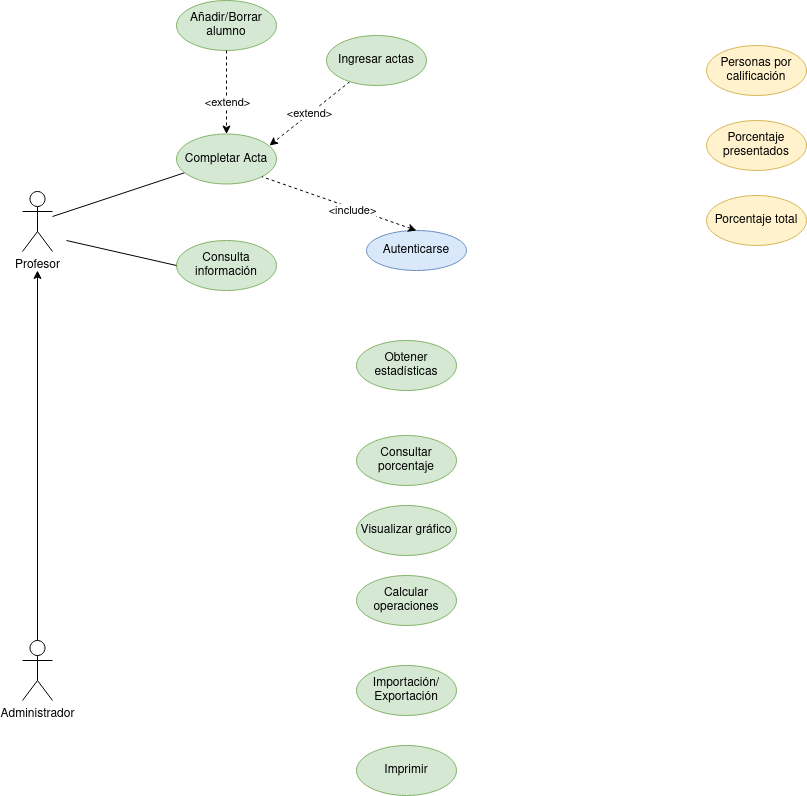
Before: Tareas/casosUso/Tarea6-Gestión Profesores/img/GestionProfesores.drawio.png, a diagram exported from draw.io (colidom/ets). Source tidied: cells renumbered, new cells last; positions are measured from the earlier drawing's top-left corner, leaving out a move shared by most shapes.
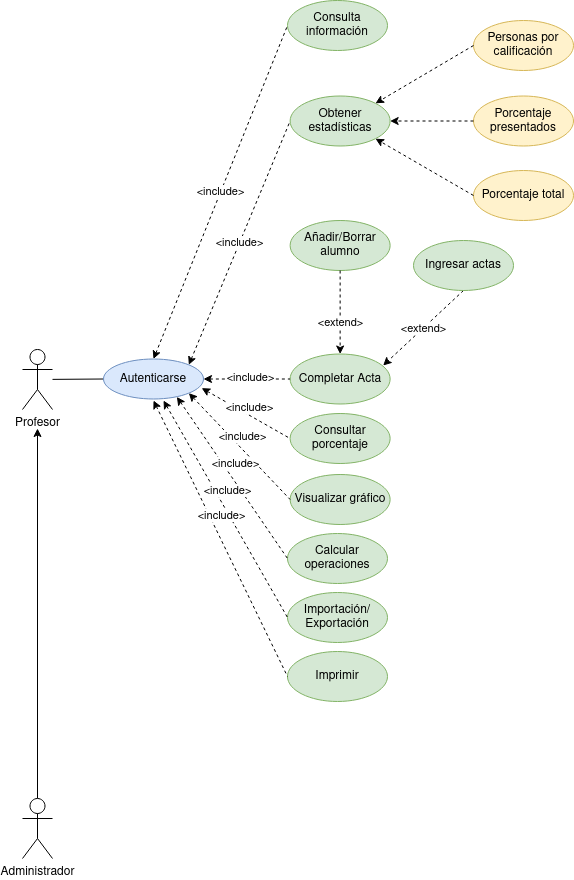
Above is the later version.

Change to the diagram source:
```diff
@@ -2,70 +2,72 @@
   <root>
     <mxCell id="0" />
     <mxCell id="1" parent="0" />
-    <mxCell id="2" style="edgeStyle=none;rounded=0;jettySize=auto;html=1;startArrow=none;startFill=0;endArrow=none;endFill=0;" parent="1" edge="1" source="3" target="6">
+    <mxCell id="2" style="edgeStyle=none;rounded=0;jettySize=auto;html=1;startArrow=none;startFill=0;endArrow=none;endFill=0;entryX=0;entryY=0.5;entryDx=0;entryDy=0;" parent="1" edge="1" source="3" target="10">
       <mxGeometry relative="1" as="geometry" />
     </mxCell>
     <mxCell id="3" value="Profesor" style="shape=umlActor;verticalLabelPosition=bottom;verticalAlign=top;html=1;outlineConnect=0;" parent="1" vertex="1">
-      <mxGeometry y="191" width="30" height="60" as="geometry" />
+      <mxGeometry x="-7" y="369" width="30" height="60" as="geometry" />
     </mxCell>
     <mxCell id="4" style="edgeStyle=orthogonalEdgeStyle;rounded=0;jettySize=auto;html=1;" parent="1" edge="1" source="5">
       <mxGeometry relative="1" as="geometry">
-        <mxPoint x="15" y="270" as="targetPoint" />
+        <mxPoint x="8" y="448" as="targetPoint" />
       </mxGeometry>
     </mxCell>
     <mxCell id="5" value="Administrador" style="shape=umlActor;verticalLabelPosition=bottom;verticalAlign=top;html=1;outlineConnect=0;" parent="1" vertex="1">
-      <mxGeometry y="640" width="30" height="60" as="geometry" />
+      <mxGeometry x="-7" y="818" width="30" height="60" as="geometry" />
     </mxCell>
     <mxCell id="6" value="Completar Acta" style="ellipse;whiteSpace=wrap;html=1;fillColor=#d5e8d4;strokeColor=#82b366;" parent="1" vertex="1">
-      <mxGeometry x="154" y="133.5" width="100" height="50" as="geometry" />
+      <mxGeometry x="260.6" y="373.5" width="100" height="50" as="geometry" />
     </mxCell>
     <mxCell id="7" value="Añadir/Borrar alumno" style="ellipse;whiteSpace=wrap;html=1;fillColor=#d5e8d4;strokeColor=#82b366;" parent="1" vertex="1">
-      <mxGeometry x="154" width="100" height="50" as="geometry" />
+      <mxGeometry x="260.6" y="240" width="100" height="50" as="geometry" />
     </mxCell>
-    <mxCell id="8" value="&amp;lt;extend&amp;gt;" style="edgeStyle=none;rounded=0;jettySize=auto;html=1;dashed=1;startArrow=none;startFill=0;endArrow=classic;endFill=1;entryX=0.93;entryY=0.23;entryDx=0;entryDy=0;entryPerimeter=0;" parent="1" edge="1" source="9" target="6">
+    <mxCell id="8" value="&amp;lt;extend&amp;gt;" style="edgeStyle=none;rounded=0;jettySize=auto;html=1;dashed=1;startArrow=none;startFill=0;endArrow=classic;endFill=1;entryX=0.93;entryY=0.23;entryDx=0;entryDy=0;entryPerimeter=0;exitX=0.5;exitY=1;exitDx=0;exitDy=0;" parent="1" edge="1" source="9" target="6">
       <mxGeometry relative="1" as="geometry" />
     </mxCell>
     <mxCell id="9" value="Ingresar actas" style="ellipse;whiteSpace=wrap;html=1;fillColor=#d5e8d4;strokeColor=#82b366;" parent="1" vertex="1">
-      <mxGeometry x="304" y="35" width="100" height="50" as="geometry" />
+      <mxGeometry x="384" y="260" width="100" height="50" as="geometry" />
     </mxCell>
     <mxCell id="10" value="Autenticarse" style="ellipse;whiteSpace=wrap;html=1;fillColor=#dae8fc;strokeColor=#6c8ebf;" parent="1" vertex="1">
-      <mxGeometry x="344" y="230" width="100" height="40" as="geometry" />
+      <mxGeometry x="74" y="378.5" width="100" height="40" as="geometry" />
     </mxCell>
     <mxCell id="11" value="Consulta información" style="ellipse;whiteSpace=wrap;html=1;fillColor=#d5e8d4;strokeColor=#82b366;" parent="1" vertex="1">
-      <mxGeometry x="154" y="240" width="100" height="50" as="geometry" />
+      <mxGeometry x="258" y="20" width="100" height="50" as="geometry" />
     </mxCell>
     <mxCell id="12" value="Obtener estadísticas" style="ellipse;whiteSpace=wrap;html=1;fillColor=#d5e8d4;strokeColor=#82b366;" parent="1" vertex="1">
-      <mxGeometry x="334" y="340" width="100" height="50" as="geometry" />
+      <mxGeometry x="260.6" y="115.5" width="100" height="50" as="geometry" />
     </mxCell>
     <mxCell id="13" value="Personas por calificación" style="ellipse;whiteSpace=wrap;html=1;fillColor=#fff2cc;strokeColor=#d6b656;" parent="1" vertex="1">
-      <mxGeometry x="684" y="45" width="100" height="50" as="geometry" />
+      <mxGeometry x="444" y="40" width="100" height="50" as="geometry" />
     </mxCell>
     <mxCell id="14" value="Porcentaje presentados" style="ellipse;whiteSpace=wrap;html=1;fillColor=#fff2cc;strokeColor=#d6b656;" parent="1" vertex="1">
-      <mxGeometry x="684" y="120" width="100" height="50" as="geometry" />
+      <mxGeometry x="444" y="115.5" width="100" height="50" as="geometry" />
     </mxCell>
     <mxCell id="15" value="Porcentaje total" style="ellipse;whiteSpace=wrap;html=1;fillColor=#fff2cc;strokeColor=#d6b656;" parent="1" vertex="1">
-      <mxGeometry x="684" y="195" width="100" height="50" as="geometry" />
+      <mxGeometry x="444" y="190" width="100" height="50" as="geometry" />
     </mxCell>
     <mxCell id="16" value="Consultar porcentaje" style="ellipse;whiteSpace=wrap;html=1;fillColor=#d5e8d4;strokeColor=#82b366;" parent="1" vertex="1">
-      <mxGeometry x="334" y="435" width="100" height="50" as="geometry" />
+      <mxGeometry x="260.6" y="433" width="100" height="50" as="geometry" />
     </mxCell>
     <mxCell id="17" value="Visualizar gráfico" style="ellipse;whiteSpace=wrap;html=1;fillColor=#d5e8d4;strokeColor=#82b366;" parent="1" vertex="1">
-      <mxGeometry x="334" y="505" width="100" height="50" as="geometry" />
+      <mxGeometry x="260.6" y="494" width="100" height="50" as="geometry" />
     </mxCell>
     <mxCell id="18" value="Calcular operaciones" style="ellipse;whiteSpace=wrap;html=1;fillColor=#d5e8d4;strokeColor=#82b366;" parent="1" vertex="1">
-      <mxGeometry x="334" y="575" width="100" height="50" as="geometry" />
+      <mxGeometry x="258" y="553" width="100" height="50" as="geometry" />
     </mxCell>
     <mxCell id="19" value="&lt;div&gt;Importación/&lt;/div&gt;&lt;div&gt;Exportación&lt;/div&gt;" style="ellipse;whiteSpace=wrap;html=1;fillColor=#d5e8d4;strokeColor=#82b366;" parent="1" vertex="1">
-      <mxGeometry x="334" y="665" width="100" height="50" as="geometry" />
+      <mxGeometry x="258" y="612" width="100" height="50" as="geometry" />
     </mxCell>
     <mxCell id="20" value="Imprimir" style="ellipse;whiteSpace=wrap;html=1;fillColor=#d5e8d4;strokeColor=#82b366;" parent="1" vertex="1">
-      <mxGeometry x="334" y="745" width="100" height="50" as="geometry" />
+      <mxGeometry x="258" y="671" width="100" height="50" as="geometry" />
     </mxCell>
-    <mxCell id="21" style="endArrow=none;html=1;rounded=0;dashed=1;entryX=1;entryY=1;entryDx=0;entryDy=0;exitX=0.5;exitY=0;exitDx=0;exitDy=0;endFill=0;startArrow=classic;startFill=1;" parent="1" edge="1" source="10" target="6">
+    <mxCell id="21" style="endArrow=none;html=1;rounded=0;dashed=1;entryX=0;entryY=0.5;entryDx=0;entryDy=0;exitX=1;exitY=0.5;exitDx=0;exitDy=0;endFill=0;startArrow=classic;startFill=1;" parent="1" edge="1" source="10" target="6">
       <mxGeometry relative="1" as="geometry" />
     </mxCell>
     <mxCell id="22" value="&amp;lt;include&amp;gt;" style="edgeLabel;html=1;align=center;verticalAlign=middle;" parent="21" vertex="1">
-      <mxGeometry x="-0.17" y="2" relative="1" as="geometry" />
+      <mxGeometry x="-0.17" y="2" relative="1" as="geometry">
+        <mxPoint x="10" as="offset" />
+      </mxGeometry>
     </mxCell>
     <mxCell id="23" style="edgeStyle=none;rounded=0;jettySize=auto;html=1;dashed=1;startArrow=none;startFill=0;endArrow=classic;endFill=1;entryX=0.5;entryY=0;entryDx=0;entryDy=0;exitX=0.5;exitY=1;exitDx=0;exitDy=0;" parent="1" edge="1" source="7" target="6">
       <mxGeometry relative="1" as="geometry" />
@@ -73,10 +75,64 @@
     <mxCell id="24" value="&amp;lt;extend&amp;gt;" style="edgeLabel;html=1;align=center;verticalAlign=middle;" parent="23" vertex="1">
       <mxGeometry x="0.22" relative="1" as="geometry" />
     </mxCell>
-    <mxCell id="25" style="edgeStyle=none;rounded=0;jettySize=auto;html=1;startArrow=none;startFill=0;endArrow=none;endFill=0;entryX=0;entryY=0.5;entryDx=0;entryDy=0;" parent="1" edge="1" target="11">
-      <mxGeometry relative="1" as="geometry">
-        <mxPoint x="44" y="240" as="sourcePoint" />
-      </mxGeometry>
+    <mxCell id="25" value="&amp;lt;include&amp;gt;" style="edgeStyle=none;rounded=0;jettySize=auto;html=1;startArrow=classic;startFill=1;endArrow=none;endFill=0;entryX=0;entryY=0.5;entryDx=0;entryDy=0;exitX=0.5;exitY=0;exitDx=0;exitDy=0;dashed=1;" parent="1" edge="1" source="10" target="11">
+      <mxGeometry relative="1" as="geometry" />
     </mxCell>
+    <mxCell id="26" value="&amp;lt;include&amp;gt;" style="edgeStyle=none;rounded=0;jettySize=auto;html=1;startArrow=classic;startFill=1;endArrow=none;endFill=0;entryX=0;entryY=0.5;entryDx=0;entryDy=0;exitX=1;exitY=0;exitDx=0;exitDy=0;dashed=1;" parent="1" edge="1" source="10" target="12">
+      <mxGeometry relative="1" as="geometry" />
+    </mxCell>
+    <mxCell id="27" style="endArrow=classic;html=1;rounded=0;dashed=1;entryX=1;entryY=1;entryDx=0;entryDy=0;exitX=0;exitY=0.5;exitDx=0;exitDy=0;" parent="1" edge="1" source="15" target="12">
+      <mxGeometry relative="1" as="geometry" />
+    </mxCell>
+    <mxCell id="28" style="endArrow=classic;html=1;rounded=0;dashed=1;entryX=1;entryY=0.5;entryDx=0;entryDy=0;exitX=0;exitY=0.5;exitDx=0;exitDy=0;" parent="1" edge="1" source="14" target="12">
+      <mxGeometry relative="1" as="geometry" />
+    </mxCell>
+    <mxCell id="29" style="endArrow=classic;html=1;rounded=0;dashed=1;exitX=0;exitY=0.5;exitDx=0;exitDy=0;entryX=1;entryY=0;entryDx=0;entryDy=0;" parent="1" edge="1" source="13" target="12">
+      <mxGeometry relative="1" as="geometry" />
+    </mxCell>
+    <mxCell id="30" style="endArrow=none;html=1;rounded=0;dashed=1;exitX=0.982;exitY=0.728;exitDx=0;exitDy=0;endFill=0;startArrow=classic;startFill=1;entryX=0;entryY=0.5;entryDx=0;entryDy=0;exitPerimeter=0;" parent="1" edge="1" source="10" target="16">
+      <mxGeometry relative="1" as="geometry" />
+    </mxCell>
+    <mxCell id="31" value="&amp;lt;include&amp;gt;" style="edgeLabel;html=1;align=center;verticalAlign=middle;" parent="30" vertex="1">
+      <mxGeometry x="-0.17" y="2" relative="1" as="geometry">
+        <mxPoint x="10" as="offset" />
+      </mxGeometry>
+    </mxCell>
+    <mxCell id="32" style="endArrow=none;html=1;rounded=0;dashed=1;endFill=0;startArrow=classic;startFill=1;entryX=0;entryY=0.5;entryDx=0;entryDy=0;exitX=1;exitY=1;exitDx=0;exitDy=0;" parent="1" edge="1" source="10" target="17">
+      <mxGeometry relative="1" as="geometry" />
+    </mxCell>
+    <mxCell id="33" value="&amp;lt;include&amp;gt;" style="edgeLabel;html=1;align=center;verticalAlign=middle;" parent="32" vertex="1">
+      <mxGeometry x="-0.17" y="2" relative="1" as="geometry">
+        <mxPoint x="10" as="offset" />
+      </mxGeometry>
+    </mxCell>
+    <mxCell id="34" style="endArrow=none;html=1;rounded=0;dashed=1;endFill=0;startArrow=classic;startFill=1;entryX=0;entryY=0.5;entryDx=0;entryDy=0;exitX=0.734;exitY=0.948;exitDx=0;exitDy=0;exitPerimeter=0;" parent="1" edge="1" source="10" target="18">
+      <mxGeometry relative="1" as="geometry" />
+    </mxCell>
+    <mxCell id="35" value="&amp;lt;include&amp;gt;" style="edgeLabel;html=1;align=center;verticalAlign=middle;" parent="34" vertex="1">
+      <mxGeometry x="-0.17" y="2" relative="1" as="geometry">
+        <mxPoint x="10" as="offset" />
+      </mxGeometry>
+    </mxCell>
+    <mxCell id="36" style="endArrow=none;html=1;rounded=0;dashed=1;endFill=0;startArrow=classic;startFill=1;entryX=0;entryY=0.5;entryDx=0;entryDy=0;" parent="1" edge="1" target="19">
+      <mxGeometry relative="1" as="geometry">
+        <mxPoint x="134" y="420" as="sourcePoint" />
+      </mxGeometry>
+    </mxCell>
+    <mxCell id="37" value="&amp;lt;include&amp;gt;" style="edgeLabel;html=1;align=center;verticalAlign=middle;" parent="36" vertex="1">
+      <mxGeometry x="-0.17" y="2" relative="1" as="geometry">
+        <mxPoint x="10" as="offset" />
+      </mxGeometry>
+    </mxCell>
+    <mxCell id="38" style="endArrow=none;html=1;rounded=0;dashed=1;endFill=0;startArrow=classic;startFill=1;entryX=0;entryY=0.5;entryDx=0;entryDy=0;" parent="1" edge="1" target="20">
+      <mxGeometry relative="1" as="geometry">
+        <mxPoint x="124" y="420" as="sourcePoint" />
+      </mxGeometry>
+    </mxCell>
+    <mxCell id="39" value="&amp;lt;include&amp;gt;" style="edgeLabel;html=1;align=center;verticalAlign=middle;" parent="38" vertex="1">
+      <mxGeometry x="-0.17" y="2" relative="1" as="geometry">
+        <mxPoint x="10" as="offset" />
+      </mxGeometry>
+    </mxCell>
   </root>
 </mxGraphModel>
```
